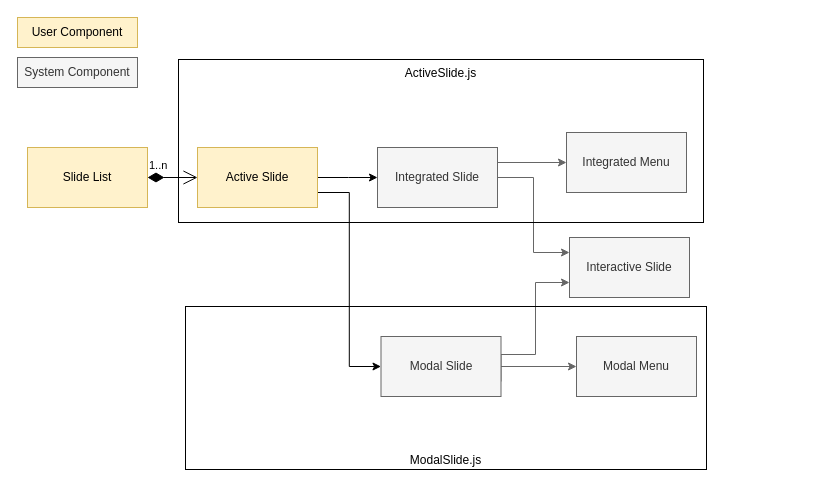
Earlier version of the draw.io diagram Components Diagram.drawio (WebSVG/next-svg). Source tidied: cells renumbered, new cells numbered last; positions are measured from the earlier drawing's top-left corner, leaving out a move shared by most shapes. Both pictures are drawn from the tidied source at 100%, with x=0, y=0 at pixel (17, 17).
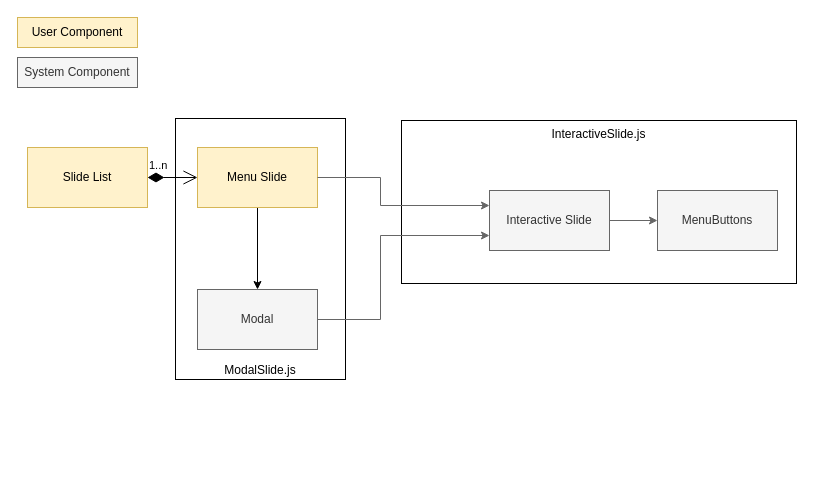
The same diagram, later.

Change to the diagram source:
```diff
@@
+    <mxCell id="19" value="ModalSlide.js" style="rounded=0;whiteSpace=wrap;html=1;fontColor=#000000;fillColor=none;strokeColor=#000000;verticalAlign=bottom;" parent="1" vertex="1">
+      <mxGeometry x="158" y="101" width="170" height="261" as="geometry" />
+    </mxCell>
+    <mxCell id="18" value="InteractiveSlide.js" style="rounded=0;whiteSpace=wrap;html=1;fontColor=#000000;fillColor=none;strokeColor=#000000;verticalAlign=top;" parent="1" vertex="1">
+      <mxGeometry x="384" y="103" width="395" height="163" as="geometry" />
+    </mxCell>
@@
-    <mxCell id="3" style="edgeStyle=orthogonalEdgeStyle;rounded=0;jettySize=auto;html=1;exitX=1;exitY=0.5;exitDx=0;exitDy=0;entryX=0;entryY=0.5;entryDx=0;entryDy=0;fontColor=#000000;strokeColor=#000000;" parent="1" edge="1" source="5" target="11">
-      <mxGeometry relative="1" as="geometry">
-        <Array as="points">
-          <mxPoint x="331" y="160" />
-          <mxPoint x="331" y="160" />
-        </Array>
-      </mxGeometry>
-    </mxCell>
-    <mxCell id="4" style="edgeStyle=orthogonalEdgeStyle;rounded=0;jettySize=auto;html=1;exitX=1;exitY=0.75;exitDx=0;exitDy=0;entryX=0;entryY=0.5;entryDx=0;entryDy=0;fontColor=#000000;strokeColor=#000000;" parent="1" edge="1" source="5" target="14">
+    <mxCell id="4" style="edgeStyle=orthogonalEdgeStyle;rounded=0;jettySize=auto;html=1;exitX=0.5;exitY=1;exitDx=0;exitDy=0;entryX=0.5;entryY=0;entryDx=0;entryDy=0;fontColor=#000000;strokeColor=#000000;" parent="1" edge="1" source="5" target="14">
       <mxGeometry relative="1" as="geometry" />
     </mxCell>
-    <mxCell id="5" value="Active Slide" style="rounded=0;whiteSpace=wrap;html=1;fillColor=#fff2cc;strokeColor=#d6b656;fontColor=#000000;" parent="1" vertex="1">
+    <mxCell id="5" value="Menu Slide" style="rounded=0;whiteSpace=wrap;html=1;fillColor=#fff2cc;strokeColor=#d6b656;fontColor=#000000;" parent="1" vertex="1">
       <mxGeometry x="180" y="130" width="120" height="60" as="geometry" />
     </mxCell>
@@
+    <mxCell id="20" style="edgeStyle=none;html=1;exitX=0;exitY=0.25;exitDx=0;exitDy=0;" parent="1" edge="1" source="7">
+      <mxGeometry relative="1" as="geometry">
+        <mxPoint x="580" y="194" as="targetPoint" />
+      </mxGeometry>
+    </mxCell>
     <mxCell id="7" value="Interactive Slide" style="rounded=0;whiteSpace=wrap;html=1;fontColor=#333333;fillColor=#f5f5f5;strokeColor=#666666;" parent="1" vertex="1">
-      <mxGeometry x="552" y="220" width="120" height="60" as="geometry" />
+      <mxGeometry x="472" y="173" width="120" height="60" as="geometry" />
     </mxCell>
-    <mxCell id="8" value="Integrated Menu" style="rounded=0;whiteSpace=wrap;html=1;fontColor=#333333;fillColor=#f5f5f5;strokeColor=#666666;" parent="1" vertex="1">
-      <mxGeometry x="549" y="115" width="120" height="60" as="geometry" />
+    <mxCell id="8" value="MenuButtons" style="rounded=0;whiteSpace=wrap;html=1;fontColor=#333333;fillColor=#f5f5f5;strokeColor=#666666;" parent="1" vertex="1">
+      <mxGeometry x="640" y="173" width="120" height="60" as="geometry" />
     </mxCell>
-    <mxCell id="9" style="edgeStyle=orthogonalEdgeStyle;rounded=0;jettySize=auto;html=1;exitX=1;exitY=0.5;exitDx=0;exitDy=0;entryX=0;entryY=0.25;entryDx=0;entryDy=0;fontColor=#000000;fillColor=#f5f5f5;strokeColor=#666666;" parent="1" edge="1" source="11" target="7">
-      <mxGeometry relative="1" as="geometry" />
+    <mxCell id="9" style="edgeStyle=orthogonalEdgeStyle;rounded=0;jettySize=auto;html=1;exitX=1;exitY=0.5;exitDx=0;exitDy=0;entryX=0;entryY=0.25;entryDx=0;entryDy=0;fontColor=#000000;fillColor=#f5f5f5;strokeColor=#666666;" parent="1" edge="1" source="5" target="7">
+      <mxGeometry relative="1" as="geometry">
+        <Array as="points">
+          <mxPoint x="363" y="160" />
+          <mxPoint x="363" y="188" />
+        </Array>
+      </mxGeometry>
     </mxCell>
-    <mxCell id="10" style="edgeStyle=orthogonalEdgeStyle;rounded=0;jettySize=auto;html=1;exitX=1;exitY=0.25;exitDx=0;exitDy=0;entryX=0;entryY=0.5;entryDx=0;entryDy=0;fontColor=#000000;fillColor=#f5f5f5;strokeColor=#666666;" parent="1" edge="1" source="11" target="8">
+    <mxCell id="10" style="edgeStyle=orthogonalEdgeStyle;rounded=0;jettySize=auto;html=1;entryX=0;entryY=0.5;entryDx=0;entryDy=0;fontColor=#000000;fillColor=#f5f5f5;strokeColor=#666666;" parent="1" edge="1" source="7" target="8">
       <mxGeometry relative="1" as="geometry" />
     </mxCell>
-    <mxCell id="11" value="Integrated Slide" style="rounded=0;whiteSpace=wrap;html=1;fontColor=#333333;fillColor=#f5f5f5;strokeColor=#666666;" parent="1" vertex="1">
-      <mxGeometry x="360" y="130" width="120" height="60" as="geometry" />
-    </mxCell>
     <mxCell id="12" style="edgeStyle=orthogonalEdgeStyle;rounded=0;jettySize=auto;html=1;exitX=1;exitY=0.5;exitDx=0;exitDy=0;entryX=0;entryY=0.75;entryDx=0;entryDy=0;fontColor=#000000;fillColor=#f5f5f5;strokeColor=#666666;" parent="1" edge="1" source="14" target="7">
       <mxGeometry relative="1" as="geometry">
         <Array as="points">
-          <mxPoint x="484" y="337" />
-          <mxPoint x="518" y="337" />
-          <mxPoint x="518" y="265" />
+          <mxPoint x="363" y="302" />
+          <mxPoint x="363" y="218" />
         </Array>
       </mxGeometry>
     </mxCell>
-    <mxCell id="13" style="edgeStyle=orthogonalEdgeStyle;rounded=0;jettySize=auto;html=1;exitX=1;exitY=0.75;exitDx=0;exitDy=0;entryX=0;entryY=0.5;entryDx=0;entryDy=0;fontColor=#000000;fillColor=#f5f5f5;strokeColor=#666666;" parent="1" edge="1" source="14" target="15">
-      <mxGeometry relative="1" as="geometry">
-        <Array as="points">
-          <mxPoint x="484" y="349" />
-        </Array>
-      </mxGeometry>
-    </mxCell>
-    <mxCell id="14" value="Modal Slide" style="rounded=0;whiteSpace=wrap;html=1;fontColor=#333333;fillColor=#f5f5f5;strokeColor=#666666;" parent="1" vertex="1">
-      <mxGeometry x="363.5" y="319" width="120" height="60" as="geometry" />
+    <mxCell id="14" value="Modal" style="rounded=0;whiteSpace=wrap;html=1;fontColor=#333333;fillColor=#f5f5f5;strokeColor=#666666;" parent="1" vertex="1">
+      <mxGeometry x="180" y="272" width="120" height="60" as="geometry" />
     </mxCell>
-    <mxCell id="15" value="Modal Menu" style="rounded=0;whiteSpace=wrap;html=1;fontColor=#333333;fillColor=#f5f5f5;strokeColor=#666666;" parent="1" vertex="1">
-      <mxGeometry x="559" y="319" width="120" height="60" as="geometry" />
-    </mxCell>
@@
-    <mxCell id="18" value="ActiveSlide.js" style="rounded=0;whiteSpace=wrap;html=1;fontColor=#000000;fillColor=none;strokeColor=#000000;verticalAlign=top;" parent="1" vertex="1">
-      <mxGeometry x="161" y="42" width="525" height="163" as="geometry" />
-    </mxCell>
-    <mxCell id="19" value="ModalSlide.js" style="rounded=0;whiteSpace=wrap;html=1;fontColor=#000000;fillColor=none;strokeColor=#000000;verticalAlign=bottom;" parent="1" vertex="1">
-      <mxGeometry x="168" y="289" width="521" height="163" as="geometry" />
-    </mxCell>
```
